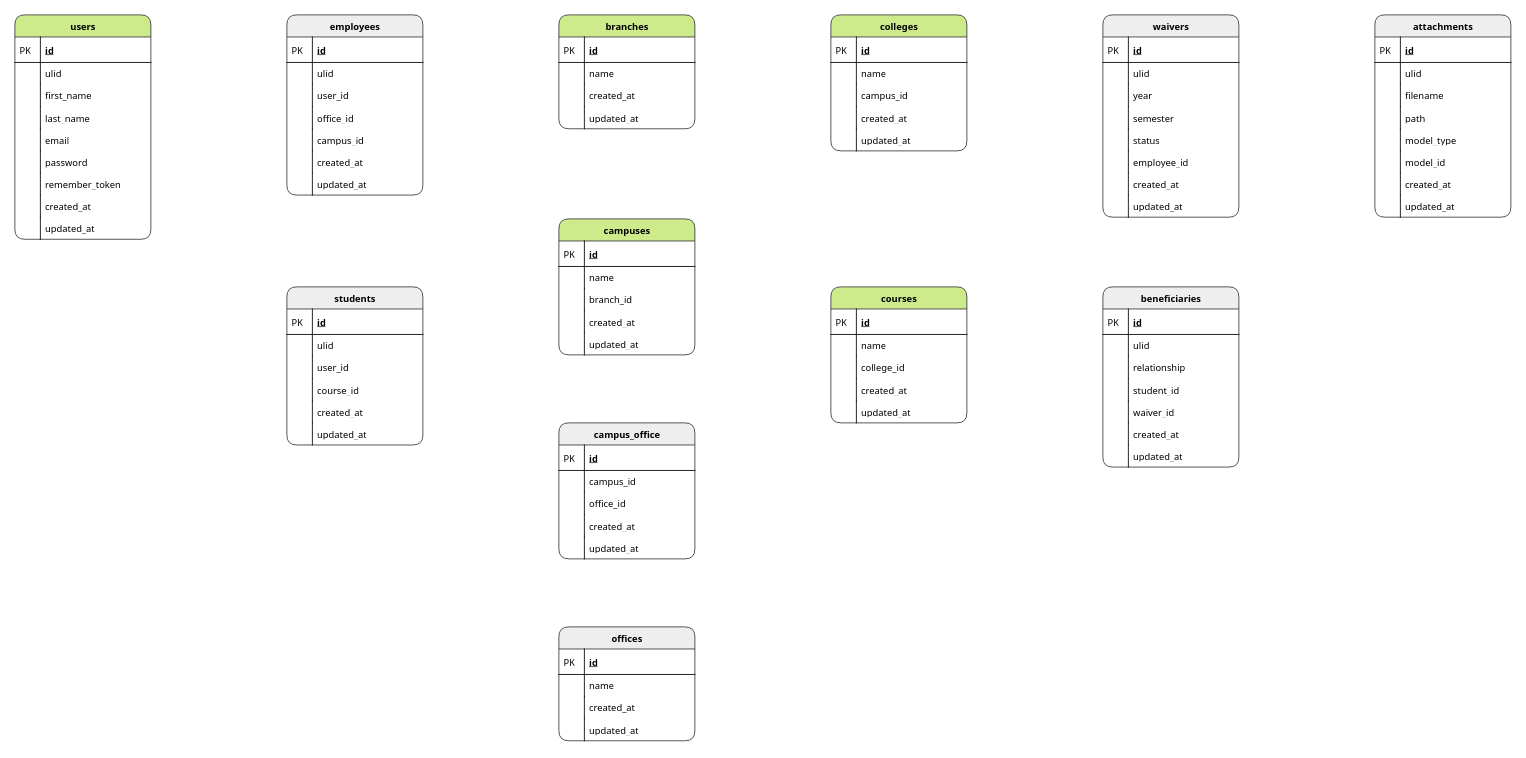
Before: database/schema.drawio in ericamigo/um-vilt, a draw.io diagram. Source tidied: cells renumbered, new cells numbered last; positions are measured from the earlier drawing's top-left corner, leaving out a move shared by most shapes. Both pictures are drawn from the tidied source at 85%, with x=0, y=0 at pixel (14, 14).
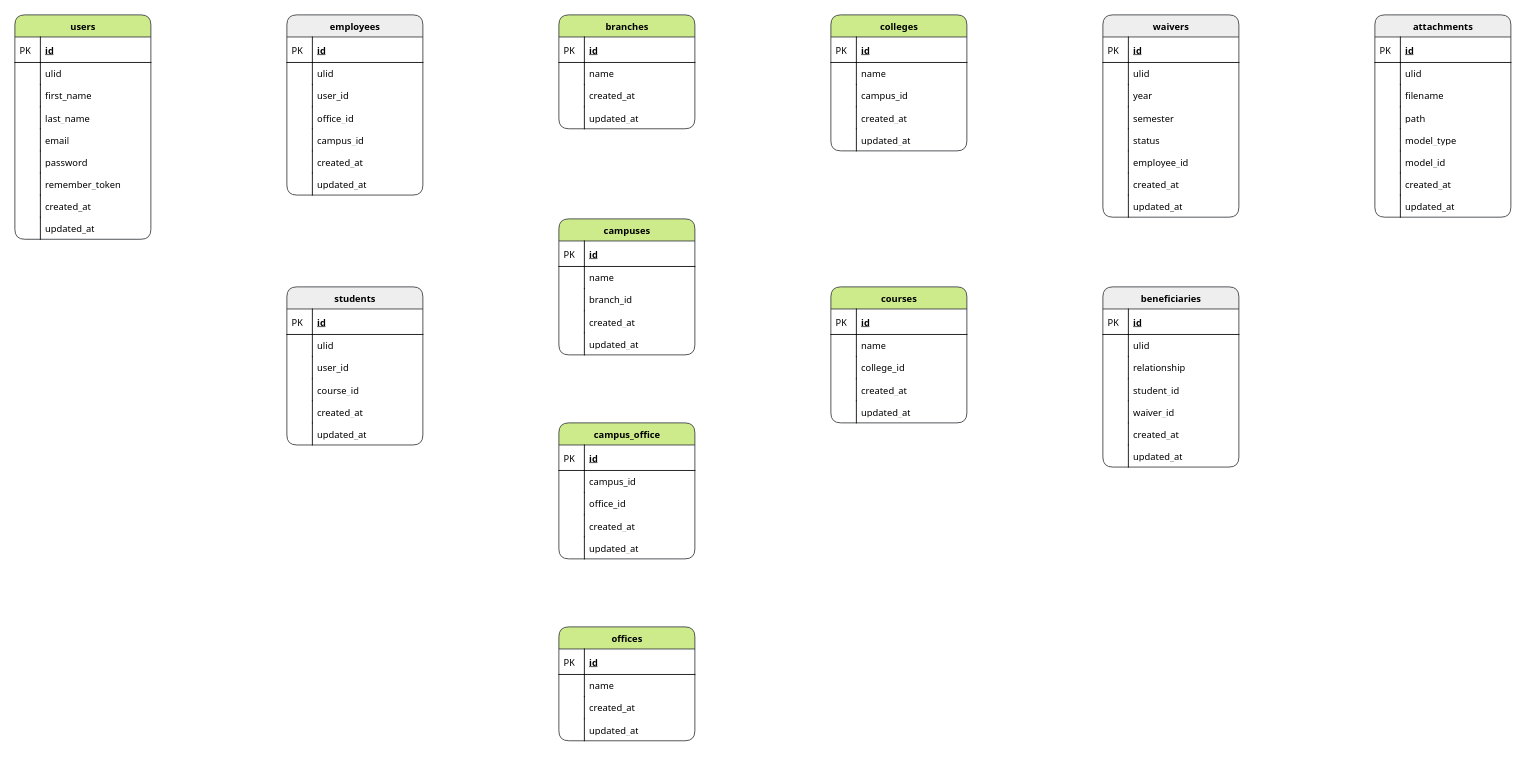
After the change.

Commit message (it also covers changes not shown here):
office and office campus

The edit, as a diff of the source:
```diff
@@
-    <mxCell id="91" value="offices" style="swimlane;html=1;fontStyle=1;horizontal=1;startSize=26;fillColor=#eeeeee;swimlaneFillColor=#ffffff;align=center;rounded=1;shadow=0;comic=0;labelBackgroundColor=none;strokeWidth=1;fontFamily=Tahoma;fontSize=11;strokeColor=#36393d;" parent="1" vertex="1">
+    <mxCell id="91" value="offices" style="swimlane;html=1;fontStyle=1;horizontal=1;startSize=26;fillColor=#cdeb8b;swimlaneFillColor=#ffffff;align=center;rounded=1;shadow=0;comic=0;labelBackgroundColor=none;strokeWidth=1;fontFamily=Tahoma;fontSize=11;strokeColor=#36393d;" parent="1" vertex="1">
       <mxGeometry x="640" y="720" width="160" height="134" as="geometry" />
     </mxCell>
@@
-    <mxCell id="100" value="campus_office" style="swimlane;html=1;fontStyle=1;horizontal=1;startSize=26;fillColor=#eeeeee;swimlaneFillColor=#ffffff;align=center;rounded=1;shadow=0;comic=0;labelBackgroundColor=none;strokeWidth=1;fontFamily=Tahoma;fontSize=11;strokeColor=#36393d;" parent="1" vertex="1">
+    <mxCell id="100" value="campus_office" style="swimlane;html=1;fontStyle=1;horizontal=1;startSize=26;fillColor=#cdeb8b;swimlaneFillColor=#ffffff;align=center;rounded=1;shadow=0;comic=0;labelBackgroundColor=none;strokeWidth=1;fontFamily=Tahoma;fontSize=11;strokeColor=#36393d;" parent="1" vertex="1">
       <mxGeometry x="640" y="480" width="160" height="160" as="geometry" />
     </mxCell>
```
